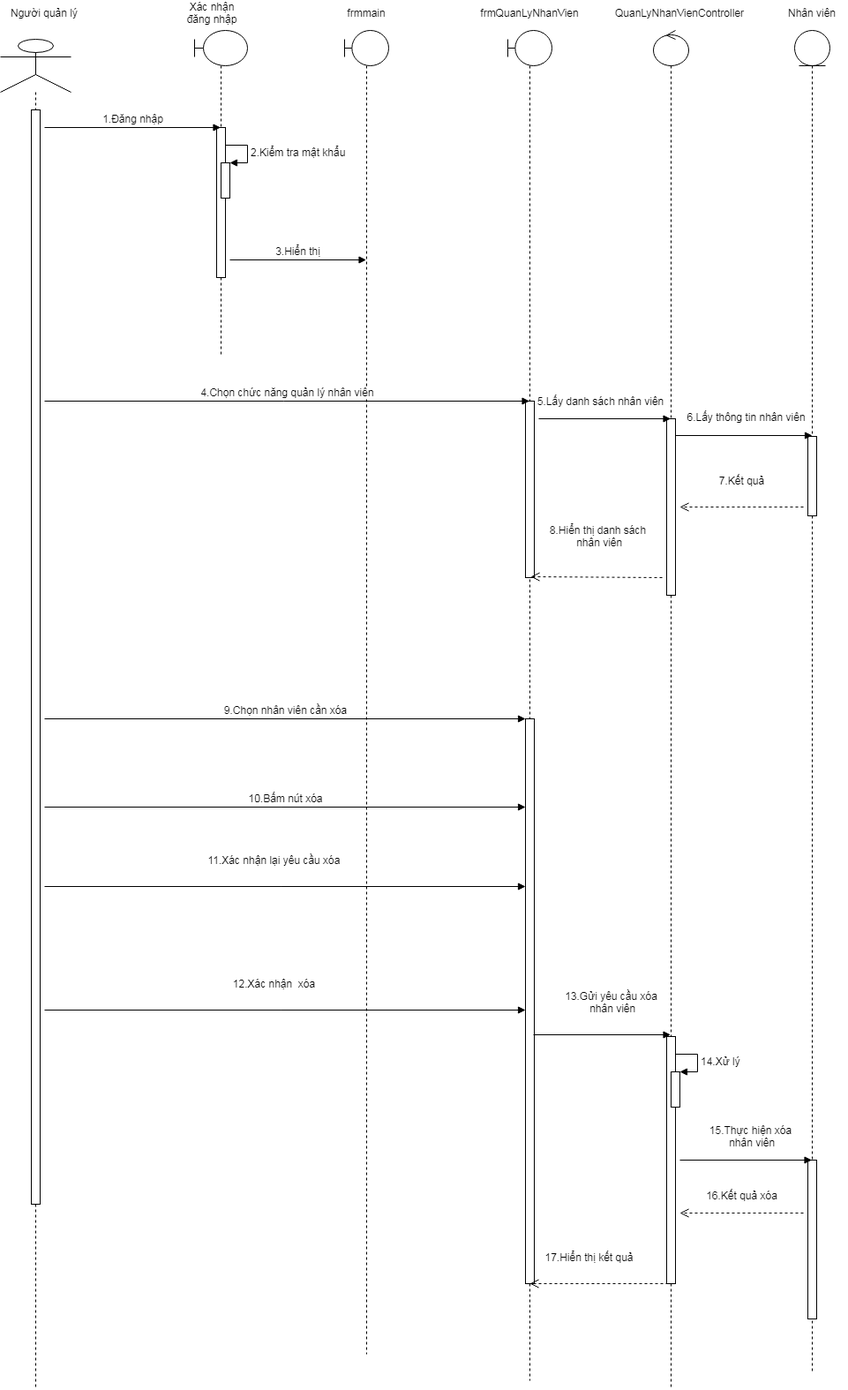
Earlier version of the draw.io export Phan_Tich_Thiet_Ke/Diagram/Sequence_Diagram/Sequence_Diagram_QuanLyNhanVien_XoaNhanVienpng.png (KNhaa/DoAnCNPM). Source tidied: cells renumbered, new cells last; positions are measured from the earlier drawing's top-left corner, leaving out a move shared by most shapes.
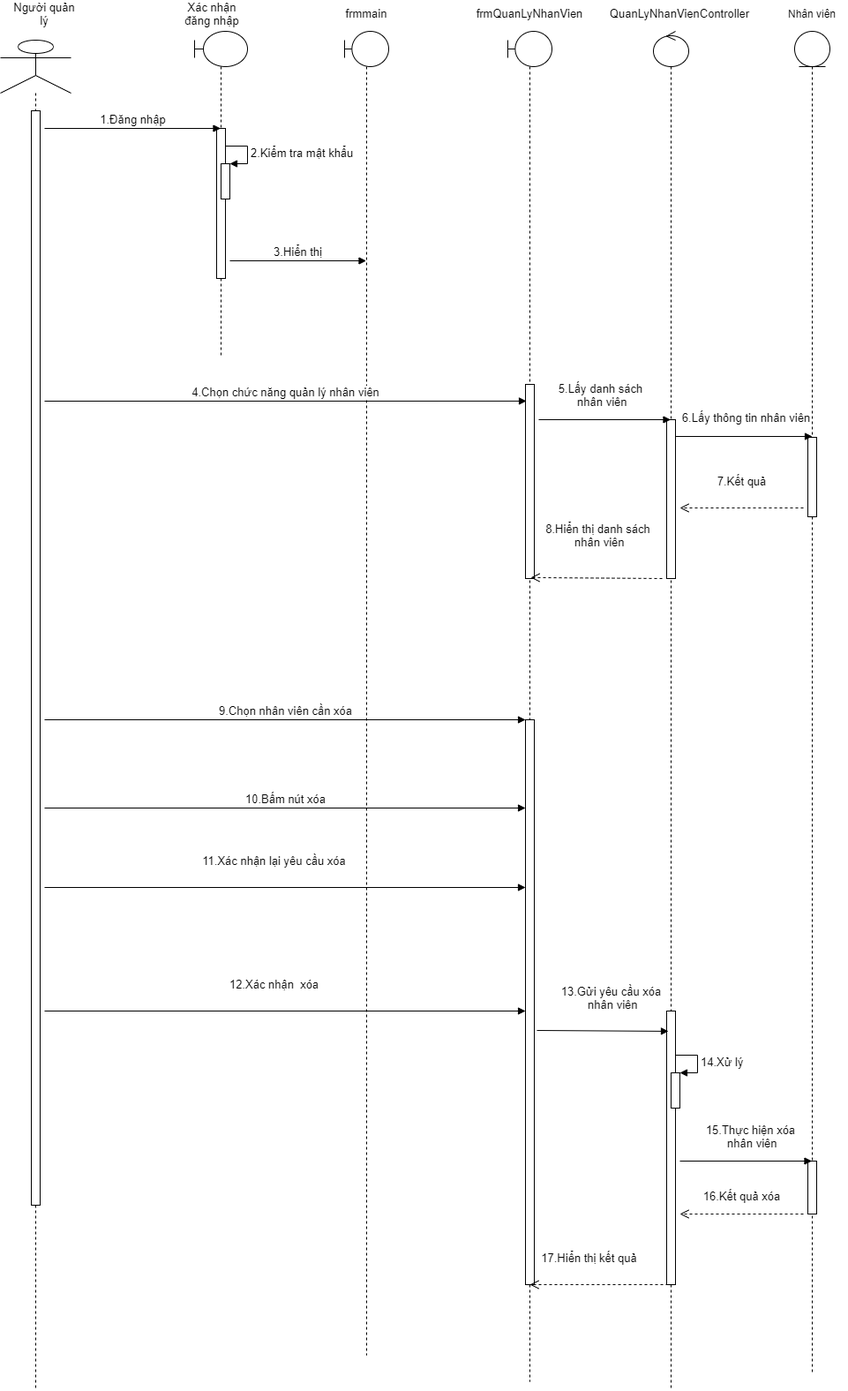
Above is the later version.

The edit, as a diff of the source:
```diff
@@ -17,7 +17,7 @@
     <mxCell id="6" style="html=1;points=[];perimeter=orthogonalPerimeter;" parent="4" vertex="1">
       <mxGeometry x="30" y="150" width="10" height="40" as="geometry" />
     </mxCell>
-    <mxCell id="7" value="&lt;font style=&quot;font-size: 12px&quot;&gt;2.Kiểm tra mật khẩu&lt;/font&gt;" style="edgeStyle=orthogonalEdgeStyle;html=1;align=left;spacingLeft=2;endArrow=block;rounded=0;entryX=1;entryY=0;" parent="4" edge="1" target="6">
+    <mxCell id="7" value="&lt;font style=&quot;font-size: 13px&quot;&gt;2.Kiểm tra mật khẩu&lt;/font&gt;" style="edgeStyle=orthogonalEdgeStyle;html=1;align=left;spacingLeft=2;endArrow=block;rounded=0;entryX=1;entryY=0;" parent="4" edge="1" target="6">
       <mxGeometry relative="1" as="geometry">
         <mxPoint x="35" y="130" as="sourcePoint" />
         <Array as="points">
@@ -35,21 +35,21 @@
       <mxGeometry x="15" y="460" width="10" height="90" as="geometry" />
     </mxCell>
     <mxCell id="11" style="html=1;perimeter=orthogonalPerimeter;" parent="9" vertex="1">
-      <mxGeometry x="15" y="1280" width="10" height="180" as="geometry" />
+      <mxGeometry x="15" y="1280" width="10" height="60" as="geometry" />
     </mxCell>
     <mxCell id="12" style="shape=umlLifeline;participant=umlControl;perimeter=lifelinePerimeter;whiteSpace=wrap;html=1;verticalAlign=top;spacingTop=36;outlineConnect=0;" parent="1" vertex="1">
       <mxGeometry x="740" y="30" width="40" height="1540" as="geometry" />
     </mxCell>
     <mxCell id="13" style="html=1;perimeter=orthogonalPerimeter;" parent="12" vertex="1">
-      <mxGeometry x="15" y="440" width="10" height="200" as="geometry" />
+      <mxGeometry x="15" y="440" width="10" height="180" as="geometry" />
     </mxCell>
     <mxCell id="14" style="html=1;points=[];perimeter=orthogonalPerimeter;" parent="12" vertex="1">
-      <mxGeometry x="15" y="1140" width="10" height="280" as="geometry" />
+      <mxGeometry x="15" y="1110" width="10" height="310" as="geometry" />
     </mxCell>
     <mxCell id="15" style="html=1;points=[];perimeter=orthogonalPerimeter;" parent="12" vertex="1">
       <mxGeometry x="20" y="1180" width="10" height="40" as="geometry" />
     </mxCell>
-    <mxCell id="16" value="&lt;font style=&quot;font-size: 12px&quot;&gt;14.Xử lý&lt;/font&gt;" style="edgeStyle=orthogonalEdgeStyle;html=1;align=left;spacingLeft=2;endArrow=block;rounded=0;entryX=1;entryY=0;" parent="12" edge="1" target="15">
+    <mxCell id="16" value="&lt;font style=&quot;font-size: 13px&quot;&gt;14.Xử lý&lt;/font&gt;" style="edgeStyle=orthogonalEdgeStyle;html=1;align=left;spacingLeft=2;endArrow=block;rounded=0;entryX=1;entryY=0;" parent="12" edge="1" target="15">
       <mxGeometry relative="1" as="geometry">
         <mxPoint x="25" y="1160" as="sourcePoint" />
         <Array as="points">
@@ -57,16 +57,16 @@
         </Array>
       </mxGeometry>
     </mxCell>
-    <mxCell id="17" value="Người quản lý" style="text;html=1;strokeColor=none;fillColor=none;align=center;verticalAlign=middle;whiteSpace=wrap;rounded=0;" parent="1" vertex="1">
+    <mxCell id="17" value="&lt;font style=&quot;font-size: 13px&quot;&gt;Người quản lý&lt;/font&gt;" style="text;html=1;strokeColor=none;fillColor=none;align=center;verticalAlign=middle;whiteSpace=wrap;rounded=0;" parent="1" vertex="1">
       <mxGeometry x="10" width="80" height="20" as="geometry" />
     </mxCell>
-    <mxCell id="18" value="Xác nhận đăng nhập" style="text;html=1;strokeColor=none;fillColor=none;align=center;verticalAlign=middle;whiteSpace=wrap;rounded=0;" parent="1" vertex="1">
+    <mxCell id="18" value="&lt;font style=&quot;font-size: 13px&quot;&gt;Xác nhận đăng nhập&lt;/font&gt;" style="text;html=1;strokeColor=none;fillColor=none;align=center;verticalAlign=middle;whiteSpace=wrap;rounded=0;" parent="1" vertex="1">
       <mxGeometry x="200" width="80" height="20" as="geometry" />
     </mxCell>
-    <mxCell id="19" value="frmmain" style="text;html=1;strokeColor=none;fillColor=none;align=center;verticalAlign=middle;whiteSpace=wrap;rounded=0;" parent="1" vertex="1">
+    <mxCell id="19" value="&lt;font style=&quot;font-size: 13px&quot;&gt;frmmain&lt;/font&gt;" style="text;html=1;strokeColor=none;fillColor=none;align=center;verticalAlign=middle;whiteSpace=wrap;rounded=0;" parent="1" vertex="1">
       <mxGeometry x="375" width="80" height="20" as="geometry" />
     </mxCell>
-    <mxCell id="20" value="frmQuanLyNhanVien" style="text;html=1;strokeColor=none;fillColor=none;align=center;verticalAlign=middle;whiteSpace=wrap;rounded=0;" parent="1" vertex="1">
+    <mxCell id="20" value="&lt;font style=&quot;font-size: 13px&quot;&gt;frmQuanLyNhanVien&lt;/font&gt;" style="text;html=1;strokeColor=none;fillColor=none;align=center;verticalAlign=middle;whiteSpace=wrap;rounded=0;" parent="1" vertex="1">
       <mxGeometry x="560" width="80" height="20" as="geometry" />
     </mxCell>
     <mxCell id="21" value="Nhân viên" style="text;html=1;strokeColor=none;fillColor=none;align=center;verticalAlign=middle;whiteSpace=wrap;rounded=0;" parent="1" vertex="1">
@@ -76,89 +76,87 @@
       <mxGeometry x="575" y="30" width="50" height="1530" as="geometry" />
     </mxCell>
     <mxCell id="23" style="html=1;points=[];perimeter=orthogonalPerimeter;" parent="22" vertex="1">
-      <mxGeometry x="20" y="420" width="10" height="200" as="geometry" />
+      <mxGeometry x="20" y="400" width="10" height="220" as="geometry" />
     </mxCell>
     <mxCell id="24" style="html=1;points=[];perimeter=orthogonalPerimeter;" parent="22" vertex="1">
       <mxGeometry x="20" y="780" width="10" height="640" as="geometry" />
     </mxCell>
-    <mxCell id="25" value="QuanLyNhanVienController" style="text;html=1;strokeColor=none;fillColor=none;align=center;verticalAlign=middle;whiteSpace=wrap;rounded=0;" parent="1" vertex="1">
+    <mxCell id="25" value="&lt;font style=&quot;font-size: 13px&quot;&gt;QuanLyNhanVienController&lt;/font&gt;" style="text;html=1;strokeColor=none;fillColor=none;align=center;verticalAlign=middle;whiteSpace=wrap;rounded=0;" parent="1" vertex="1">
       <mxGeometry x="730" width="80" height="20" as="geometry" />
     </mxCell>
-    <mxCell id="26" value="&lt;font style=&quot;font-size: 12px&quot;&gt;1.Đăng nhập&lt;/font&gt;" style="html=1;verticalAlign=bottom;endArrow=block;" parent="1" edge="1" target="4">
+    <mxCell id="26" value="&lt;font style=&quot;font-size: 13px&quot;&gt;1.Đăng nhập&lt;/font&gt;" style="html=1;verticalAlign=bottom;endArrow=block;" parent="1" edge="1" target="4">
       <mxGeometry relative="1" as="geometry">
         <mxPoint x="50" y="140" as="sourcePoint" />
       </mxGeometry>
     </mxCell>
-    <mxCell id="27" value="&lt;font style=&quot;font-size: 12px&quot;&gt;3.Hiển thị&lt;/font&gt;" style="html=1;verticalAlign=bottom;endArrow=block;" parent="1" edge="1" target="8">
+    <mxCell id="27" value="&lt;font style=&quot;font-size: 13px&quot;&gt;3.Hiển thị&lt;/font&gt;" style="html=1;verticalAlign=bottom;endArrow=block;" parent="1" edge="1" target="8">
       <mxGeometry relative="1" as="geometry">
         <mxPoint x="260" y="290" as="sourcePoint" />
       </mxGeometry>
     </mxCell>
-    <mxCell id="28" value="&lt;font style=&quot;font-size: 12px&quot;&gt;4.Chọn chức năng quản lý nhân viên&lt;/font&gt;" style="html=1;verticalAlign=bottom;endArrow=block;" parent="1" edge="1" target="22">
+    <mxCell id="28" value="&lt;font style=&quot;font-size: 13px&quot;&gt;4.Chọn chức năng quản lý nhân viên&lt;/font&gt;" style="html=1;verticalAlign=bottom;endArrow=block;entryX=0.1;entryY=0.086;entryDx=0;entryDy=0;entryPerimeter=0;" parent="1" edge="1" target="23">
       <mxGeometry relative="1" as="geometry">
-        <mxPoint x="50" y="450" as="sourcePoint" />
+        <mxPoint x="50" y="449" as="sourcePoint" />
       </mxGeometry>
     </mxCell>
-    <mxCell id="29" value="&lt;font style=&quot;font-size: 12px&quot;&gt;5.Lấy danh sách nhân viên&lt;/font&gt;" style="html=1;verticalAlign=bottom;endArrow=block;" parent="1" edge="1" target="12">
+    <mxCell id="29" value="&lt;font style=&quot;font-size: 13px&quot;&gt;5.Lấy danh sách&lt;br&gt;&amp;nbsp;nhân viên&lt;/font&gt;" style="html=1;verticalAlign=bottom;endArrow=block;" parent="1" edge="1" target="12">
       <mxGeometry x="-0.06" y="10" relative="1" as="geometry">
         <mxPoint x="610" y="470" as="sourcePoint" />
       </mxGeometry>
     </mxCell>
-    <mxCell id="30" value="&lt;font style=&quot;font-size: 12px&quot;&gt;6.Lấy thông tin nhân viên&lt;/font&gt;" style="html=1;verticalAlign=bottom;endArrow=block;entryX=0.5;entryY=-0.011;entryDx=0;entryDy=0;entryPerimeter=0;" parent="1" edge="1" target="10">
+    <mxCell id="30" value="&lt;font style=&quot;font-size: 13px&quot;&gt;6.Lấy thông tin nhân viên&lt;/font&gt;" style="html=1;verticalAlign=bottom;endArrow=block;entryX=0.5;entryY=-0.011;entryDx=0;entryDy=0;entryPerimeter=0;" parent="1" edge="1" target="10">
       <mxGeometry x="0.04" y="11" relative="1" as="geometry">
         <mxPoint x="765" y="489" as="sourcePoint" />
       </mxGeometry>
     </mxCell>
-    <mxCell id="31" value="&lt;font style=&quot;font-size: 12px&quot;&gt;7.Kết quả&lt;/font&gt;" style="html=1;verticalAlign=bottom;endArrow=open;dashed=1;endSize=8;" parent="1" edge="1">
+    <mxCell id="31" value="&lt;font style=&quot;font-size: 13px&quot;&gt;7.Kết quả&lt;/font&gt;" style="html=1;verticalAlign=bottom;endArrow=open;dashed=1;endSize=8;" parent="1" edge="1">
       <mxGeometry y="-20" relative="1" as="geometry">
         <mxPoint x="910" y="570" as="sourcePoint" />
         <mxPoint x="770" y="570" as="targetPoint" />
       </mxGeometry>
     </mxCell>
-    <mxCell id="32" value="&lt;font style=&quot;font-size: 12px&quot;&gt;8.Hiển thị danh sách&lt;br&gt;&lt;font style=&quot;font-size: 12px&quot;&gt;&amp;nbsp;nhân viên&lt;/font&gt;&lt;/font&gt;" style="html=1;verticalAlign=bottom;endArrow=open;dashed=1;endSize=8;entryX=0.6;entryY=0.995;entryDx=0;entryDy=0;entryPerimeter=0;" parent="1" edge="1" target="23">
+    <mxCell id="32" value="&lt;font style=&quot;font-size: 13px&quot;&gt;8.Hiển thị danh sách&lt;br&gt;&lt;font style=&quot;font-size: 13px&quot;&gt;&amp;nbsp;nhân viên&lt;/font&gt;&lt;/font&gt;" style="html=1;verticalAlign=bottom;endArrow=open;dashed=1;endSize=8;entryX=0.6;entryY=0.995;entryDx=0;entryDy=0;entryPerimeter=0;" parent="1" edge="1" target="23">
       <mxGeometry x="-0.01" y="-30" relative="1" as="geometry">
         <mxPoint x="750" y="650" as="sourcePoint" />
       </mxGeometry>
     </mxCell>
-    <mxCell id="33" value="&lt;span style=&quot;font-size: 12px&quot;&gt;9.Chọn nhân viên cần xóa&lt;/span&gt;" style="html=1;verticalAlign=bottom;endArrow=block;" parent="1" edge="1" target="24">
+    <mxCell id="33" value="&lt;font style=&quot;font-size: 13px&quot;&gt;9.Chọn nhân viên cần xóa&lt;/font&gt;" style="html=1;verticalAlign=bottom;endArrow=block;" parent="1" edge="1" target="24">
       <mxGeometry relative="1" as="geometry">
         <mxPoint x="50" y="810" as="sourcePoint" />
       </mxGeometry>
     </mxCell>
-    <mxCell id="34" value="&lt;span style=&quot;font-size: 12px&quot;&gt;10.Bấm nút xóa&lt;/span&gt;" style="html=1;verticalAlign=bottom;endArrow=block;" parent="1" edge="1">
+    <mxCell id="34" value="&lt;font style=&quot;font-size: 13px&quot;&gt;10.Bấm nút xóa&lt;/font&gt;" style="html=1;verticalAlign=bottom;endArrow=block;" parent="1" edge="1">
       <mxGeometry relative="1" as="geometry">
         <mxPoint x="50" y="910" as="sourcePoint" />
         <mxPoint x="595" y="910" as="targetPoint" />
       </mxGeometry>
     </mxCell>
-    <mxCell id="35" value="&lt;span style=&quot;font-size: 12px&quot;&gt;11.Xác nhận lại yêu cầu xóa&lt;/span&gt;" style="html=1;verticalAlign=bottom;endArrow=block;" parent="1" edge="1">
+    <mxCell id="35" value="&lt;font style=&quot;font-size: 13px&quot;&gt;11.Xác nhận lại yêu cầu xóa&lt;/font&gt;" style="html=1;verticalAlign=bottom;endArrow=block;" parent="1" edge="1">
       <mxGeometry x="-0.05" y="20" relative="1" as="geometry">
         <mxPoint x="50" y="1000" as="sourcePoint" />
         <mxPoint x="595" y="1000" as="targetPoint" />
       </mxGeometry>
     </mxCell>
-    <mxCell id="36" value="&lt;font style=&quot;font-size: 12px&quot;&gt;&lt;font style=&quot;font-size: 12px&quot;&gt;13.Gửi yêu cầu xóa&lt;br&gt;&lt;/font&gt;&lt;font style=&quot;font-size: 12px&quot;&gt;&amp;nbsp;nhân viên&lt;/font&gt;&lt;/font&gt;" style="html=1;verticalAlign=bottom;endArrow=block;" parent="1" edge="1" target="12">
-      <mxGeometry x="0.13" y="20" relative="1" as="geometry">
-        <mxPoint x="604" y="1168" as="sourcePoint" />
-      </mxGeometry>
+    <mxCell id="36" value="&lt;font style=&quot;font-size: 13px&quot;&gt;&lt;font style=&quot;font-size: 13px&quot;&gt;13.Gửi yêu cầu xóa&lt;br&gt;&lt;/font&gt;&lt;font style=&quot;font-size: 13px&quot;&gt;&amp;nbsp;nhân viên&lt;/font&gt;&lt;/font&gt;" style="html=1;verticalAlign=bottom;endArrow=block;exitX=1.3;exitY=0.55;exitDx=0;exitDy=0;exitPerimeter=0;entryX=0.2;entryY=0.074;entryDx=0;entryDy=0;entryPerimeter=0;" parent="1" edge="1" source="24" target="14">
+      <mxGeometry x="0.13" y="20" relative="1" as="geometry" />
     </mxCell>
-    <mxCell id="37" value="&lt;font style=&quot;font-size: 12px&quot;&gt;15.Thực hiện xóa&lt;br&gt;&amp;nbsp;nhân viên&lt;/font&gt;" style="html=1;verticalAlign=bottom;endArrow=block;" parent="1" edge="1" target="9">
+    <mxCell id="37" value="&lt;font style=&quot;font-size: 13px&quot;&gt;15.Thực hiện xóa&lt;br&gt;&amp;nbsp;nhân viên&lt;/font&gt;" style="html=1;verticalAlign=bottom;endArrow=block;" parent="1" edge="1" target="9">
       <mxGeometry x="0.07" y="10" relative="1" as="geometry">
         <mxPoint x="770" y="1310" as="sourcePoint" />
       </mxGeometry>
     </mxCell>
-    <mxCell id="38" value="&lt;font style=&quot;font-size: 12px&quot;&gt;16.Kết quả xóa&lt;/font&gt;" style="html=1;verticalAlign=bottom;endArrow=open;dashed=1;endSize=8;" parent="1" edge="1">
+    <mxCell id="38" value="&lt;font style=&quot;font-size: 13px&quot;&gt;16.Kết quả xóa&lt;/font&gt;" style="html=1;verticalAlign=bottom;endArrow=open;dashed=1;endSize=8;" parent="1" edge="1">
       <mxGeometry y="-10" relative="1" as="geometry">
         <mxPoint x="910" y="1370" as="sourcePoint" />
         <mxPoint x="770" y="1370" as="targetPoint" />
       </mxGeometry>
     </mxCell>
-    <mxCell id="39" value="&lt;span style=&quot;font-size: 12px&quot;&gt;17.Hiển thị kết quả&lt;/span&gt;" style="html=1;verticalAlign=bottom;endArrow=open;dashed=1;endSize=8;exitX=0.2;exitY=1;exitDx=0;exitDy=0;exitPerimeter=0;" parent="1" edge="1" source="14">
+    <mxCell id="39" value="&lt;font style=&quot;font-size: 13px&quot;&gt;17.Hiển thị kết quả&lt;/font&gt;" style="html=1;verticalAlign=bottom;endArrow=open;dashed=1;endSize=8;exitX=0.2;exitY=1;exitDx=0;exitDy=0;exitPerimeter=0;" parent="1" edge="1" source="14">
       <mxGeometry x="0.14" y="-20" relative="1" as="geometry">
         <mxPoint x="600" y="1450" as="targetPoint" />
       </mxGeometry>
     </mxCell>
-    <mxCell id="40" value="&lt;span style=&quot;font-size: 12px&quot;&gt;12.Xác nhận&amp;nbsp; xóa&lt;/span&gt;" style="html=1;verticalAlign=bottom;endArrow=block;" parent="1" edge="1">
+    <mxCell id="40" value="&lt;font style=&quot;font-size: 13px&quot;&gt;12.Xác nhận&amp;nbsp; xóa&lt;/font&gt;" style="html=1;verticalAlign=bottom;endArrow=block;" parent="1" edge="1">
       <mxGeometry x="-0.05" y="20" relative="1" as="geometry">
         <mxPoint x="50" y="1140" as="sourcePoint" />
         <mxPoint x="595" y="1140" as="targetPoint" />
```
